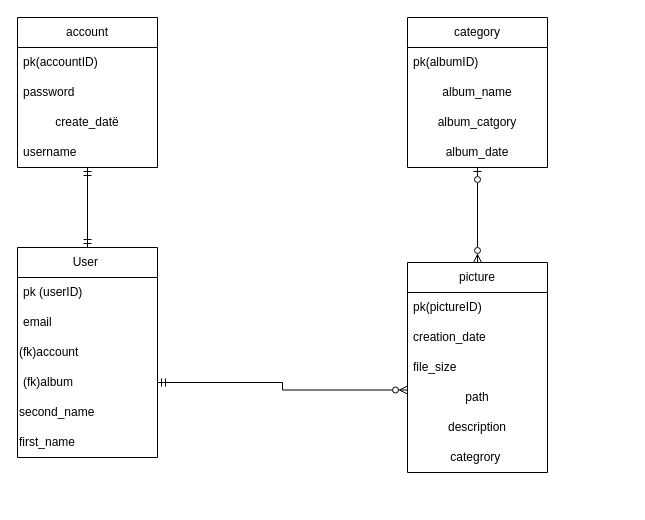
This is gallerySiteDataStructure.drawio from TecJoJo/DjangoGallerySite, a draw.io file, before an edit. Source tidied: cells renumbered, new cells numbered last; positions are measured from the earlier drawing's top-left corner, leaving out a move shared by most shapes. Both pictures are drawn from the tidied source at 100%, with x=0, y=0 at pixel (17, 17).
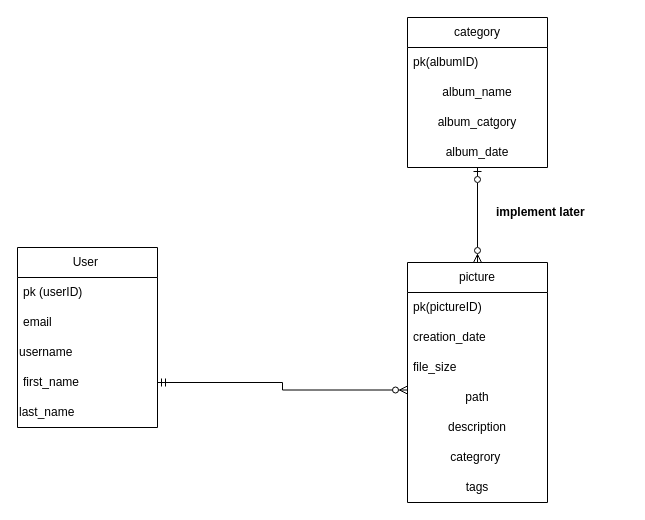
After the change.

Diff of the diagram source:
```diff
@@
     <mxCell id="2" value="User&amp;nbsp;" style="swimlane;fontStyle=0;horizontal=1;startSize=30;whiteSpace=wrap;html=1;" parent="1" vertex="1">
-      <mxGeometry y="230" width="140" height="210" as="geometry" />
+      <mxGeometry y="230" width="140" height="180" as="geometry" />
     </mxCell>
@@
-    <mxCell id="5" value="(fk)account&amp;nbsp;" style="text;html=1;strokeColor=none;fillColor=none;align=left;verticalAlign=middle;whiteSpace=wrap;rounded=0;" parent="2" vertex="1">
+    <mxCell id="5" value="username" style="text;html=1;strokeColor=none;fillColor=none;align=left;verticalAlign=middle;whiteSpace=wrap;rounded=0;" parent="2" vertex="1">
       <mxGeometry y="90" width="140" height="30" as="geometry" />
     </mxCell>
-    <mxCell id="6" value="(fk)album" style="text;strokeColor=none;fillColor=none;align=left;verticalAlign=middle;spacingLeft=4;spacingRight=4;overflow=hidden;points=[[0,0.5],[1,0.5]];portConstraint=eastwest;whiteSpace=wrap;html=1;" parent="2" vertex="1">
+    <mxCell id="6" value="first_name&lt;span style=&quot;white-space: pre;&quot;&gt;&#9;&lt;/span&gt;" style="text;strokeColor=none;fillColor=none;align=left;verticalAlign=middle;spacingLeft=4;spacingRight=4;overflow=hidden;points=[[0,0.5],[1,0.5]];portConstraint=eastwest;whiteSpace=wrap;html=1;" parent="2" vertex="1">
       <mxGeometry y="120" width="140" height="30" as="geometry" />
     </mxCell>
-    <mxCell id="7" value="second_name" style="text;html=1;strokeColor=none;fillColor=none;align=left;verticalAlign=middle;whiteSpace=wrap;rounded=0;" parent="2" vertex="1">
-      <mxGeometry y="150" width="140" height="30" as="geometry" />
-    </mxCell>
-    <mxCell id="8" value="first_name&lt;br&gt;" style="text;html=1;strokeColor=none;fillColor=none;align=left;verticalAlign=middle;whiteSpace=wrap;rounded=0;" parent="2" vertex="1">
-      <mxGeometry y="180" width="140" height="30" as="geometry" />
+    <mxCell id="8" value="last_name" style="text;html=1;strokeColor=none;fillColor=none;align=left;verticalAlign=middle;whiteSpace=wrap;rounded=0;" parent="2" vertex="1">
+      <mxGeometry y="150" width="140" height="30" as="geometry" />
     </mxCell>
@@
     <mxCell id="14" value="picture" style="swimlane;fontStyle=0;horizontal=1;startSize=30;whiteSpace=wrap;html=1;" parent="1" vertex="1">
-      <mxGeometry x="390" y="245" width="140" height="210" as="geometry" />
+      <mxGeometry x="390" y="245" width="140" height="240" as="geometry" />
     </mxCell>
@@
-    <mxCell id="21" value="account" style="swimlane;fontStyle=0;horizontal=1;startSize=30;whiteSpace=wrap;html=1;" parent="1" vertex="1">
-      <mxGeometry width="140" height="150" as="geometry" />
-    </mxCell>
-    <mxCell id="22" value="pk(accountID)" style="text;strokeColor=none;fillColor=none;align=left;verticalAlign=middle;spacingLeft=4;spacingRight=4;overflow=hidden;whiteSpace=wrap;html=1;" parent="21" vertex="1">
-      <mxGeometry y="30" width="140" height="30" as="geometry" />
-    </mxCell>
-    <mxCell id="23" value="password" style="text;strokeColor=none;fillColor=none;align=left;verticalAlign=middle;spacingLeft=4;spacingRight=4;overflow=hidden;whiteSpace=wrap;html=1;" parent="21" vertex="1">
-      <mxGeometry y="60" width="140" height="30" as="geometry" />
-    </mxCell>
-    <mxCell id="24" value="create_datë" style="text;html=1;strokeColor=none;fillColor=none;align=center;verticalAlign=middle;whiteSpace=wrap;rounded=0;" parent="21" vertex="1">
-      <mxGeometry y="90" width="140" height="30" as="geometry" />
-    </mxCell>
-    <mxCell id="25" value="username" style="text;strokeColor=none;fillColor=none;align=left;verticalAlign=middle;spacingLeft=4;spacingRight=4;overflow=hidden;points=[[0,0.5],[1,0.5]];portConstraint=eastwest;whiteSpace=wrap;html=1;" parent="21" vertex="1">
-      <mxGeometry y="120" width="140" height="30" as="geometry" />
-    </mxCell>
-    <mxCell id="26" style="edgeStyle=orthogonalEdgeStyle;rounded=0;jettySize=auto;html=1;entryX=0.5;entryY=1;entryDx=0;entryDy=0;entryPerimeter=0;endArrow=ERmandOne;endFill=0;startArrow=ERmandOne;startFill=0;" parent="1" edge="1" source="2" target="25">
-      <mxGeometry relative="1" as="geometry" />
-    </mxCell>
+    <mxCell id="29" value="tags" style="text;html=1;strokeColor=none;fillColor=none;align=center;verticalAlign=middle;whiteSpace=wrap;rounded=0;" parent="14" vertex="1">
+      <mxGeometry y="210" width="140" height="30" as="geometry" />
+    </mxCell>
@@
+    <mxCell id="30" value="&lt;b&gt;implement later&amp;nbsp;&lt;/b&gt;" style="text;html=1;strokeColor=none;fillColor=none;align=center;verticalAlign=middle;whiteSpace=wrap;rounded=0;" parent="1" vertex="1">
+      <mxGeometry x="440" y="180" width="170" height="30" as="geometry" />
+    </mxCell>
```
